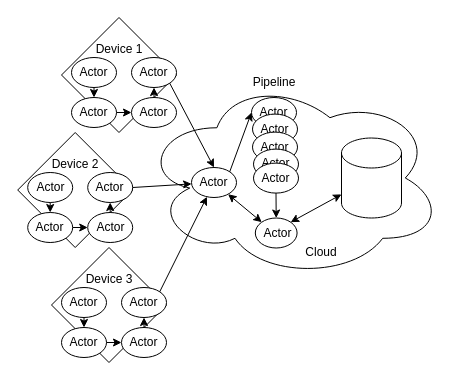
The draw.io diagram images/iotActorsMoved.drawio in thebaconfate/bachelorproef-report, before the edit. Source tidied: cells renumbered, new cells numbered last; positions are measured from the earlier drawing's top-left corner, leaving out a move shared by most shapes. Both pictures are drawn from the tidied source at 100%, with x=0, y=0 at pixel (17, 17).
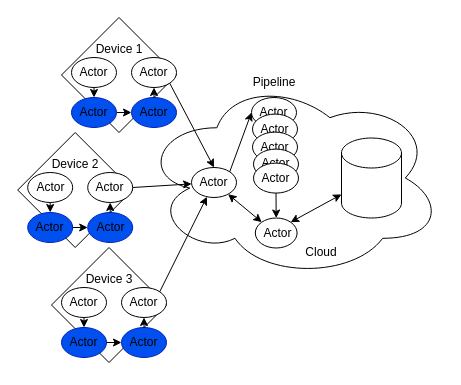
The same page after the edit.

The change refers to these unchanged cells:
```xml
<mxCell id="2" style="group;" parent="1" vertex="1">
  <mxGeometry x="44" y="270" width="120" height="80" as="geometry" />
</mxCell>
```

Diff of the diagram source:
```diff
@@
-    <mxCell id="8" style="group;" parent="2" vertex="1">
+    <mxCell id="8" style="group;fillColor=none;fontColor=#ffffff;strokeColor=none;" parent="2" vertex="1">
       <mxGeometry y="40" width="45" height="30" as="geometry" />
     </mxCell>
-    <mxCell id="9" style="ellipse;whiteSpace=wrap;html=1;" parent="8" vertex="1">
+    <mxCell id="9" style="ellipse;whiteSpace=wrap;html=1;fillColor=#0050ef;fontColor=#ffffff;strokeColor=#001DBC;" parent="8" vertex="1">
       <mxGeometry width="45" height="30" as="geometry" />
     </mxCell>
@@
-    <mxCell id="11" style="ellipse;whiteSpace=wrap;html=1;" parent="2" vertex="1">
+    <mxCell id="11" style="ellipse;whiteSpace=wrap;html=1;fillColor=#0050ef;fontColor=#ffffff;strokeColor=#001DBC;" parent="2" vertex="1">
       <mxGeometry x="60" y="40" width="45" height="30" as="geometry" />
     </mxCell>
@@
-    <mxCell id="37" style="group;" parent="1" vertex="1">
+    <mxCell id="37" style="group;fillColor=none;fontColor=#ffffff;strokeColor=none;" parent="1" vertex="1">
       <mxGeometry x="10.2" y="195" width="45" height="30" as="geometry" />
     </mxCell>
-    <mxCell id="38" style="ellipse;whiteSpace=wrap;html=1;" parent="37" vertex="1">
+    <mxCell id="38" style="ellipse;whiteSpace=wrap;html=1;fillColor=#0050ef;fontColor=#ffffff;strokeColor=#001DBC;" parent="37" vertex="1">
       <mxGeometry width="45" height="30" as="geometry" />
     </mxCell>
@@
-    <mxCell id="40" style="ellipse;whiteSpace=wrap;html=1;" parent="1" vertex="1">
+    <mxCell id="40" style="ellipse;whiteSpace=wrap;html=1;fillColor=#0050ef;fontColor=#ffffff;strokeColor=#001DBC;" parent="1" vertex="1">
       <mxGeometry x="70.2" y="195" width="45" height="30" as="geometry" />
     </mxCell>
@@
-    <mxCell id="52" style="group;" parent="1" vertex="1">
-      <mxGeometry x="54" y="80" width="45" height="30" as="geometry" />
-    </mxCell>
-    <mxCell id="53" style="ellipse;whiteSpace=wrap;html=1;" parent="52" vertex="1">
-      <mxGeometry width="45" height="30" as="geometry" />
-    </mxCell>
-    <mxCell id="54" value="Actor" style="text;html=1;strokeColor=none;fillColor=none;align=center;verticalAlign=middle;whiteSpace=wrap;rounded=0;" parent="52" vertex="1">
-      <mxGeometry x="11.2" y="9.4" width="22.5" height="11.2" as="geometry" />
-    </mxCell>
-    <mxCell id="55" style="ellipse;whiteSpace=wrap;html=1;" parent="1" vertex="1">
+    <mxCell id="55" style="ellipse;whiteSpace=wrap;html=1;fillColor=#0050ef;fontColor=#ffffff;strokeColor=#001DBC;" parent="1" vertex="1">
       <mxGeometry x="114" y="80" width="45" height="30" as="geometry" />
     </mxCell>
@@
+    <mxCell id="52" style="group;fillColor=none;fontColor=#ffffff;strokeColor=none;gradientColor=none;fillStyle=auto;rounded=0;glass=0;" parent="1" vertex="1">
+      <mxGeometry x="54" y="80" width="45" height="30" as="geometry" />
+    </mxCell>
+    <mxCell id="53" style="ellipse;whiteSpace=wrap;html=1;fillColor=#0050ef;fontColor=#ffffff;strokeColor=#001DBC;" parent="52" vertex="1">
+      <mxGeometry width="45" height="30" as="geometry" />
+    </mxCell>
+    <mxCell id="54" value="Actor" style="text;html=1;strokeColor=none;fillColor=none;align=center;verticalAlign=middle;whiteSpace=wrap;rounded=0;" parent="52" vertex="1">
+      <mxGeometry x="11.2" y="9.4" width="22.5" height="11.2" as="geometry" />
+    </mxCell>
```
